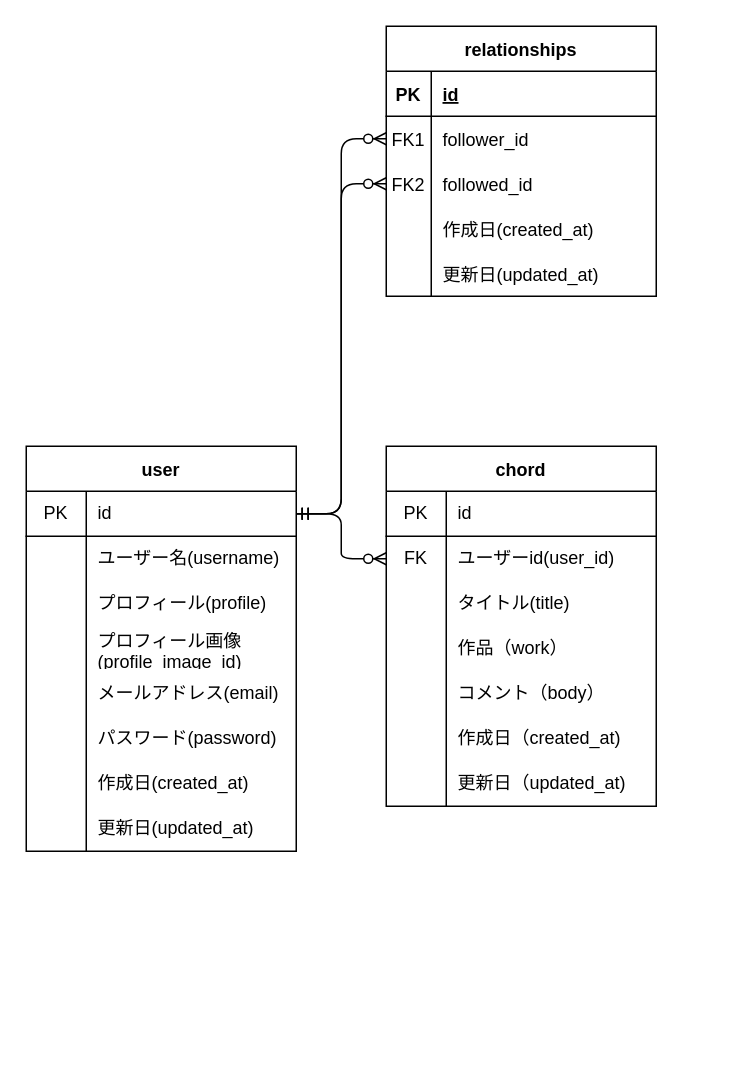
AniP-gt/chord_board keeps this draw.io diagram as page "全体図" (1 of 2) of src/ER図.drawio. Above is the earlier version. Source tidied: cells renumbered, new cells numbered last; positions are measured from the earlier drawing's top-left corner, leaving out a move shared by most shapes. Both pictures are drawn from the tidied source at 150%, with x=0, y=0 at pixel (26, 26).
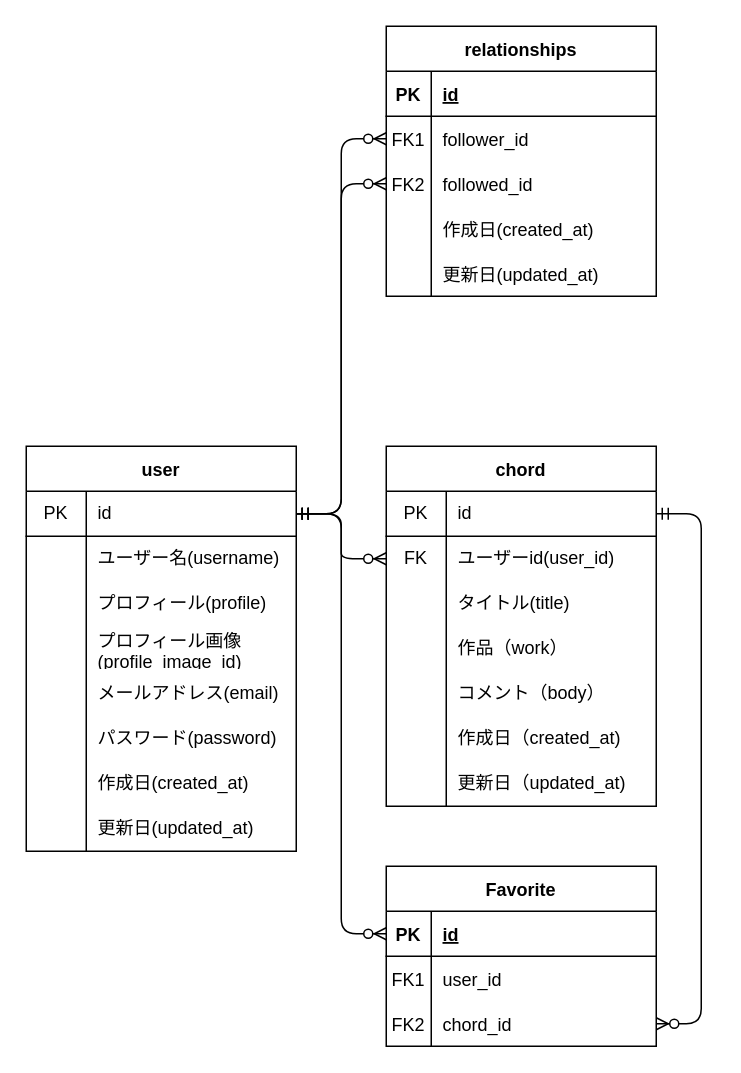
After the change.

Unchanged cells that the change refers to:
```xml
<mxCell id="3" style="shape=partialRectangle;html=1;whiteSpace=wrap;fillColor=none;top=0;left=0;bottom=1;right=0;points=[[0,0.5],[1,0.5]];portConstraint=eastwest;" parent="2" vertex="1">
  <mxGeometry y="30" width="180" height="30" as="geometry" />
</mxCell>
<mxCell id="28" style="shape=partialRectangle;html=1;whiteSpace=wrap;fillColor=none;top=0;left=0;bottom=1;right=0;points=[[0,0.5],[1,0.5]];portConstraint=eastwest;" parent="27" vertex="1">
  <mxGeometry y="30" width="180" height="30" as="geometry" />
</mxCell>
```

Change to the diagram source:
```diff
@@
+    <mxCell id="68" value="Favorite" style="shape=table;startSize=30;childLayout=tableLayout;rowLines=0;fontStyle=1;align=center;" parent="1" vertex="1">
+      <mxGeometry x="240" y="560" width="180" height="120" as="geometry" />
+    </mxCell>
+    <mxCell id="69" style="shape=partialRectangle;fillColor=none;top=0;left=0;bottom=1;right=0;points=[[0,0.5],[1,0.5]];portConstraint=eastwest;" parent="68" vertex="1">
+      <mxGeometry y="30" width="180" height="30" as="geometry" />
+    </mxCell>
+    <mxCell id="70" value="PK" style="shape=partialRectangle;fillColor=none;top=0;left=0;bottom=0;right=0;fontStyle=1;overflow=hidden;" parent="69" vertex="1">
+      <mxGeometry width="30" height="30" as="geometry" />
+    </mxCell>
+    <mxCell id="71" value="id" style="shape=partialRectangle;fillColor=none;top=0;left=0;bottom=0;right=0;align=left;spacingLeft=6;fontStyle=5;overflow=hidden;" parent="69" vertex="1">
+      <mxGeometry x="30" width="150" height="30" as="geometry" />
+    </mxCell>
+    <mxCell id="72" style="shape=partialRectangle;fillColor=none;top=0;left=0;bottom=0;right=0;" parent="68" vertex="1">
+      <mxGeometry y="60" width="180" height="30" as="geometry" />
+    </mxCell>
+    <mxCell id="73" value="FK1" style="shape=partialRectangle;fillColor=none;top=0;left=0;bottom=0;right=0;overflow=hidden;" parent="72" vertex="1">
+      <mxGeometry width="30" height="30" as="geometry" />
+    </mxCell>
+    <mxCell id="74" value="user_id" style="shape=partialRectangle;fillColor=none;top=0;left=0;bottom=0;right=0;align=left;spacingLeft=6;overflow=hidden;" parent="72" vertex="1">
+      <mxGeometry x="30" width="150" height="30" as="geometry" />
+    </mxCell>
+    <mxCell id="75" style="shape=partialRectangle;fillColor=none;top=0;left=0;bottom=0;right=0;points=[[0,0.5],[1,0.5]];portConstraint=eastwest;" parent="68" vertex="1">
+      <mxGeometry y="90" width="180" height="30" as="geometry" />
+    </mxCell>
+    <mxCell id="76" style="shape=partialRectangle;fillColor=none;top=0;left=0;bottom=0;right=0;overflow=hidden;" parent="75" vertex="1">
+      <mxGeometry width="30" height="30" as="geometry" />
+    </mxCell>
+    <mxCell id="77" value="chord_id" style="shape=partialRectangle;fillColor=none;top=0;left=0;bottom=0;right=0;align=left;spacingLeft=6;overflow=hidden;" parent="75" vertex="1">
+      <mxGeometry x="30" width="150" height="30" as="geometry" />
+    </mxCell>
+    <mxCell id="78" value="FK2" style="shape=partialRectangle;fillColor=none;top=0;left=0;bottom=0;right=0;overflow=hidden;" parent="1" vertex="1">
+      <mxGeometry x="240" y="650" width="30" height="30" as="geometry" />
+    </mxCell>
+    <mxCell id="79" style="edgeStyle=entityRelationEdgeStyle;fontSize=12;html=1;endArrow=ERzeroToMany;startArrow=ERmandOne;entryX=0;entryY=0.5;entryDx=0;entryDy=0;exitX=1;exitY=0.5;exitDx=0;exitDy=0;" parent="1" edge="1" source="3" target="69">
+      <mxGeometry relative="1" as="geometry" />
+    </mxCell>
+    <mxCell id="80" style="edgeStyle=entityRelationEdgeStyle;fontSize=12;html=1;endArrow=ERzeroToMany;startArrow=ERmandOne;exitX=1;exitY=0.5;exitDx=0;exitDy=0;entryX=1;entryY=0.5;entryDx=0;entryDy=0;" parent="1" edge="1" source="28" target="75">
+      <mxGeometry relative="1" as="geometry" />
+    </mxCell>
```
